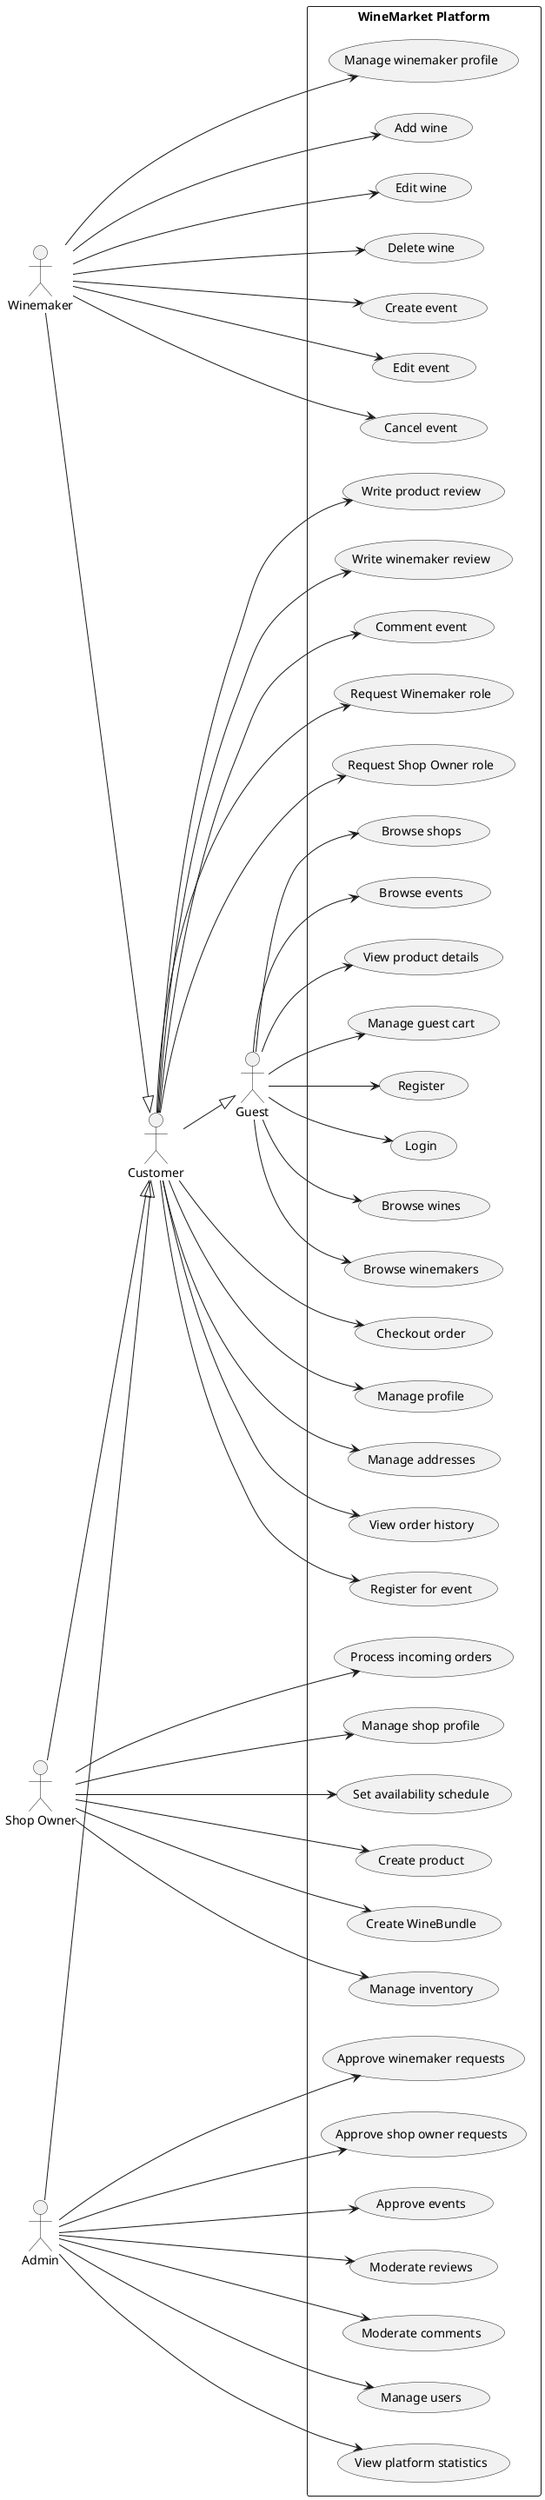
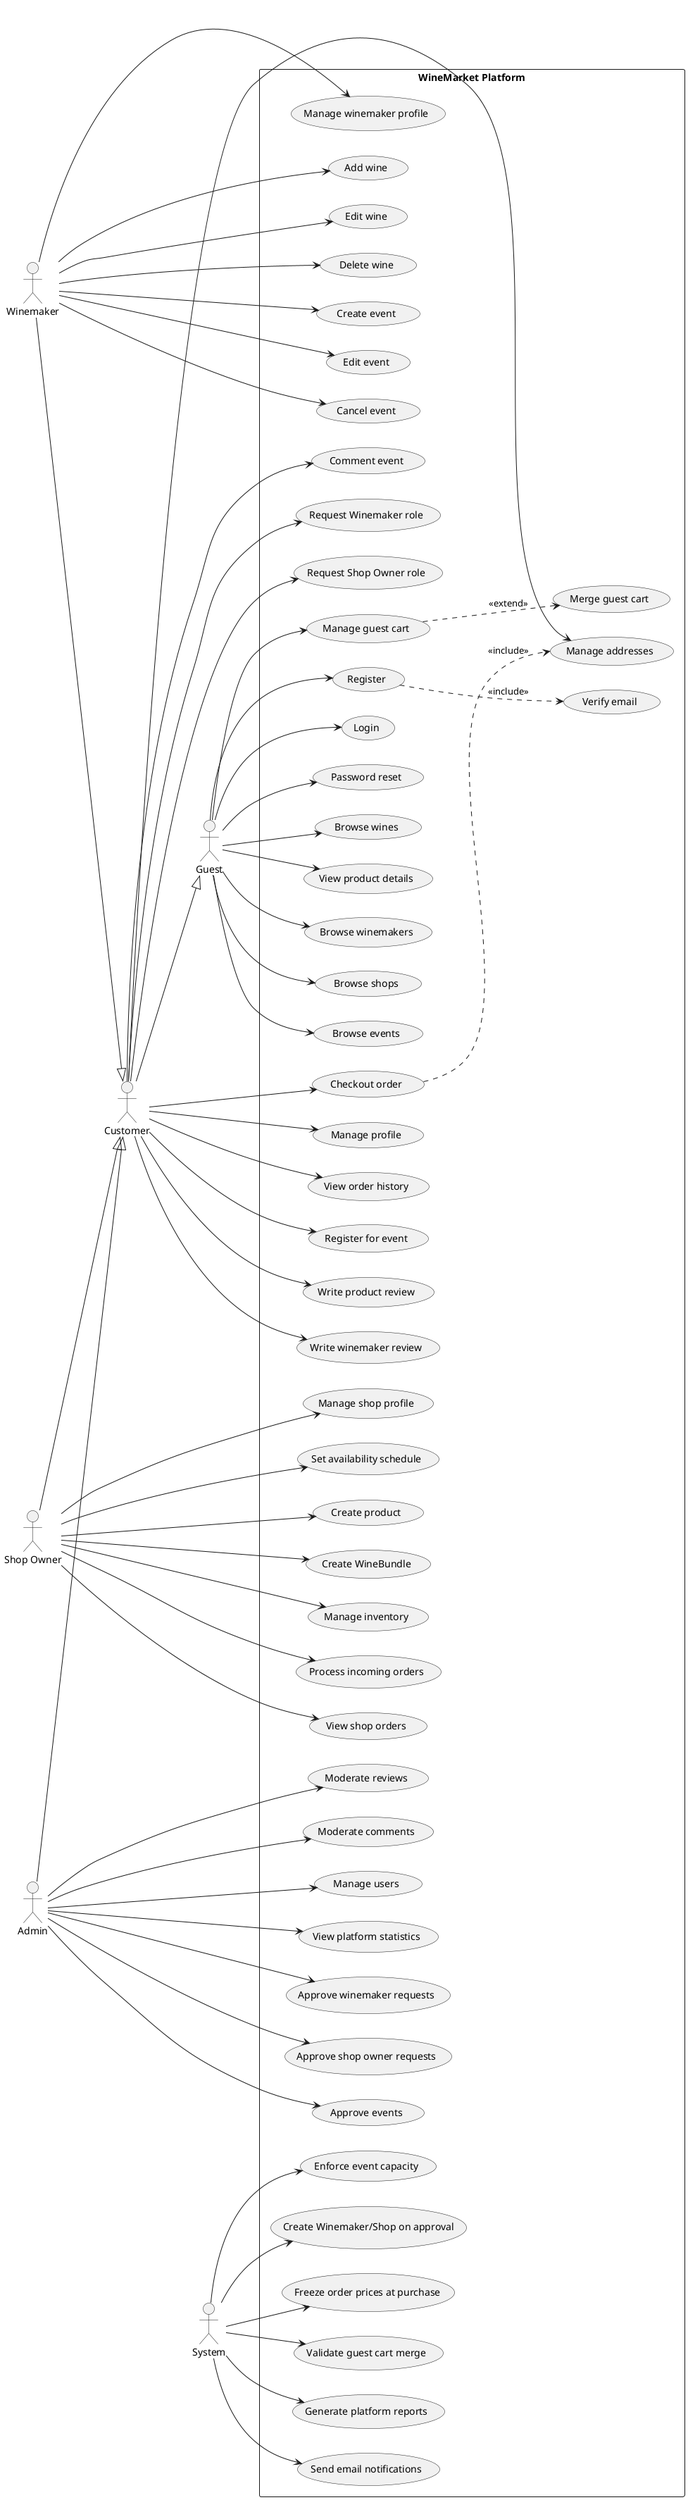
@startuml use_case_diagram.puml

left to right direction

actor Guest
actor Customer
actor Winemaker
actor "Shop Owner" as ShopOwner
actor Admin
+ actor System

Customer --|> Guest
Winemaker --|> Customer
ShopOwner --|> Customer
Admin --|> Customer


rectangle "WineMarket Platform" {

- Guest --> (Browse wines)
- Guest --> (Browse winemakers)
- Guest --> (Browse shops)
- Guest --> (Browse events)
- Guest --> (View product details)
- Guest --> (Manage guest cart)
- Guest --> (Register)
- Guest --> (Login)
+ 	Guest --> (Browse wines)
+ 	Guest --> (View product details)
+ 	Guest --> (Browse winemakers)
+ 	Guest --> (Browse shops)
+ 	Guest --> (Browse events)
+ 	Guest --> (Manage guest cart)
+ 	Guest --> (Register)
+ 	Guest --> (Login)
+ 	Guest --> (Password reset)
+ 	(Register) ..> (Verify email) : <<include>>

- Customer --> (Checkout order)
- Customer --> (Manage profile)
- Customer --> (Manage addresses)
- Customer --> (View order history)
- Customer --> (Register for event)
- Customer --> (Write product review)
- Customer --> (Write winemaker review)
- Customer --> (Comment event)
- Customer --> (Request Winemaker role)
- Customer --> (Request Shop Owner role)
+ 	Customer --> (Checkout order)
+ 	Customer --> (Manage profile)
+ 	Customer --> (Manage addresses)
+ 	Customer --> (View order history)
+ 	Customer --> (Register for event)
+ 	Customer --> (Write product review)
+ 	Customer --> (Write winemaker review)
+ 	Customer --> (Comment event)
+ 	Customer --> (Request Winemaker role)
+ 	Customer --> (Request Shop Owner role)

- Winemaker --> (Manage winemaker profile)
- Winemaker --> (Add wine)
- Winemaker --> (Edit wine)
- Winemaker --> (Delete wine)
- Winemaker --> (Create event)
- Winemaker --> (Edit event)
- Winemaker --> (Cancel event)
+ 	(Checkout order) ..> (Manage addresses) : <<include>>
+ 	(Manage guest cart) ..> (Merge guest cart) : <<extend>>

- ShopOwner --> (Manage shop profile)
- ShopOwner --> (Set availability schedule)
- ShopOwner --> (Create product)
- ShopOwner --> (Create WineBundle)
- ShopOwner --> (Manage inventory)
- ShopOwner --> (Process incoming orders)
+ 	Winemaker --> (Manage winemaker profile)
+ 	Winemaker --> (Add wine)
+ 	Winemaker --> (Edit wine)
+ 	Winemaker --> (Delete wine)
+ 	Winemaker --> (Create event)
+ 	Winemaker --> (Edit event)
+ 	Winemaker --> (Cancel event)

- Admin --> (Approve winemaker requests)
- Admin --> (Approve shop owner requests)
- Admin --> (Approve events)
- Admin --> (Moderate reviews)
- Admin --> (Moderate comments)
- Admin --> (Manage users)
- Admin --> (View platform statistics)
+ 	ShopOwner --> (Manage shop profile)
+ 	ShopOwner --> (Set availability schedule)
+ 	ShopOwner --> (Create product)
+ 	ShopOwner --> (Create WineBundle)
+ 	ShopOwner --> (Manage inventory)
+ 	ShopOwner --> (Process incoming orders)
+ 	ShopOwner --> (View shop orders)
+ 
+ 	Admin --> (Approve winemaker requests)
+ 	Admin --> (Approve shop owner requests)
+ 	Admin --> (Approve events)
+ 	Admin --> (Moderate reviews)
+ 	Admin --> (Moderate comments)
+ 	Admin --> (Manage users)
+ 	Admin --> (View platform statistics)
+ 
+ 	System --> (Send email notifications)
+ 	System --> (Enforce event capacity)
+ 	System --> (Create Winemaker/Shop on approval)
+ 	System --> (Freeze order prices at purchase)
+ 	System --> (Validate guest cart merge)
+ 	System --> (Generate platform reports)

}

@enduml